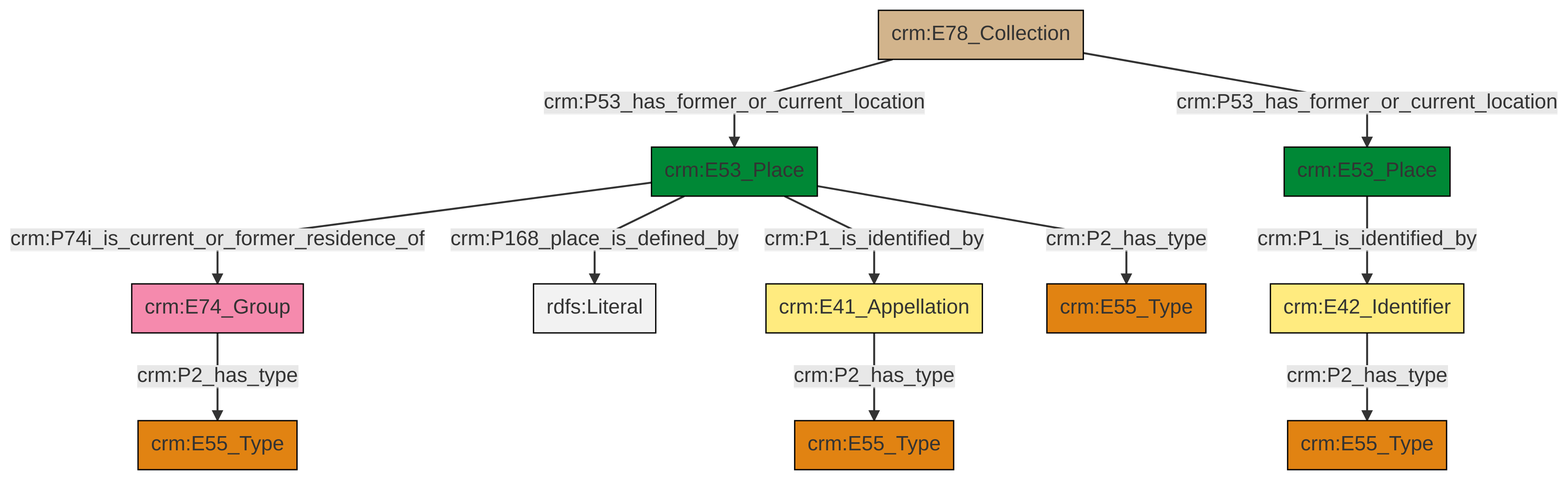
Above: et/archivalCSV/ttl/mmd/png/archival_location.png in swiss-art-research-net/docs.swissartresearch (Mermaid), before the change. Its source is kept beside it as et/archivalCSV/ttl/mmd/archival_location.ttl.mmd.
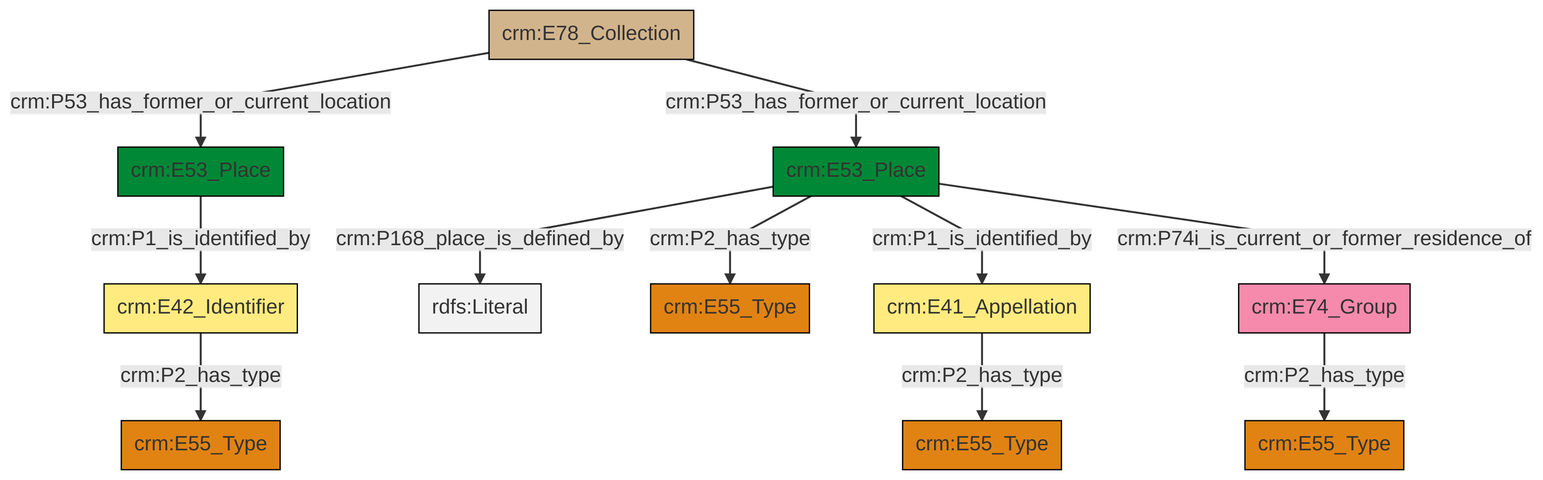
The same diagram one commit later.

Diff of the diagram source:
```diff
@@ -14,12 +14,12 @@
 classDef Multi fill:#cccccc,stroke:#000000;
 
 4["crm:E74_Group"]:::Actor -->|crm:P2_has_type| 5["crm:E55_Type"]:::Type
-6["crm:E53_Place"]:::Place -->|crm:P74i_is_current_or_former_residence_of| 4["crm:E74_Group"]:::Actor
-9["crm:E78_Collection"]:::Physical_Thing -->|crm:P53_has_former_or_current_location| 6["crm:E53_Place"]:::Place
-7["crm:E53_Place"]:::Place -->|crm:P1_is_identified_by| 18["crm:E42_Identifier"]:::Appellation
-18["crm:E42_Identifier"]:::Appellation -->|crm:P2_has_type| 11["crm:E55_Type"]:::Type
-6["crm:E53_Place"]:::Place -->|crm:P168_place_is_defined_by| 20[rdfs:Literal]:::Literal
-6["crm:E53_Place"]:::Place -->|crm:P1_is_identified_by| 0["crm:E41_Appellation"]:::Appellation
-6["crm:E53_Place"]:::Place -->|crm:P2_has_type| 2["crm:E55_Type"]:::Type
-9["crm:E78_Collection"]:::Physical_Thing -->|crm:P53_has_former_or_current_location| 7["crm:E53_Place"]:::Place
-0["crm:E41_Appellation"]:::Appellation -->|crm:P2_has_type| 13["crm:E55_Type"]:::Type
+8["crm:E78_Collection"]:::Physical_Thing -->|crm:P53_has_former_or_current_location| 9["crm:E53_Place"]:::Place
+14["crm:E53_Place"]:::Place -->|crm:P168_place_is_defined_by| 15[rdfs:Literal]:::Literal
+9["crm:E53_Place"]:::Place -->|crm:P1_is_identified_by| 10["crm:E42_Identifier"]:::Appellation
+10["crm:E42_Identifier"]:::Appellation -->|crm:P2_has_type| 2["crm:E55_Type"]:::Type
+14["crm:E53_Place"]:::Place -->|crm:P2_has_type| 0["crm:E55_Type"]:::Type
+14["crm:E53_Place"]:::Place -->|crm:P1_is_identified_by| 12["crm:E41_Appellation"]:::Appellation
+14["crm:E53_Place"]:::Place -->|crm:P74i_is_current_or_former_residence_of| 4["crm:E74_Group"]:::Actor
+8["crm:E78_Collection"]:::Physical_Thing -->|crm:P53_has_former_or_current_location| 14["crm:E53_Place"]:::Place
+12["crm:E41_Appellation"]:::Appellation -->|crm:P2_has_type| 6["crm:E55_Type"]:::Type
```
